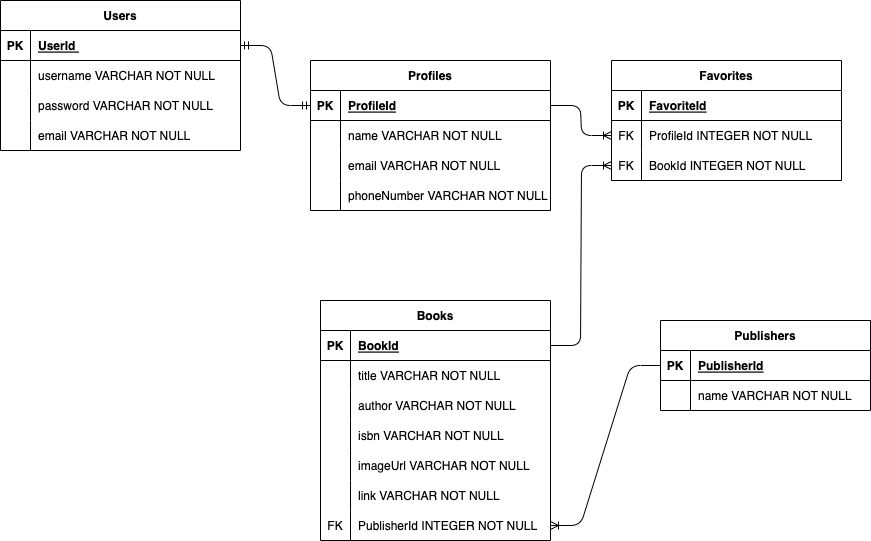
Earlier version of the draw.io export erd.drawio.png (felixleandr/pair-project-book-finder). Source tidied: cells renumbered, new cells last; positions are measured from the earlier drawing's top-left corner, leaving out a move shared by most shapes.
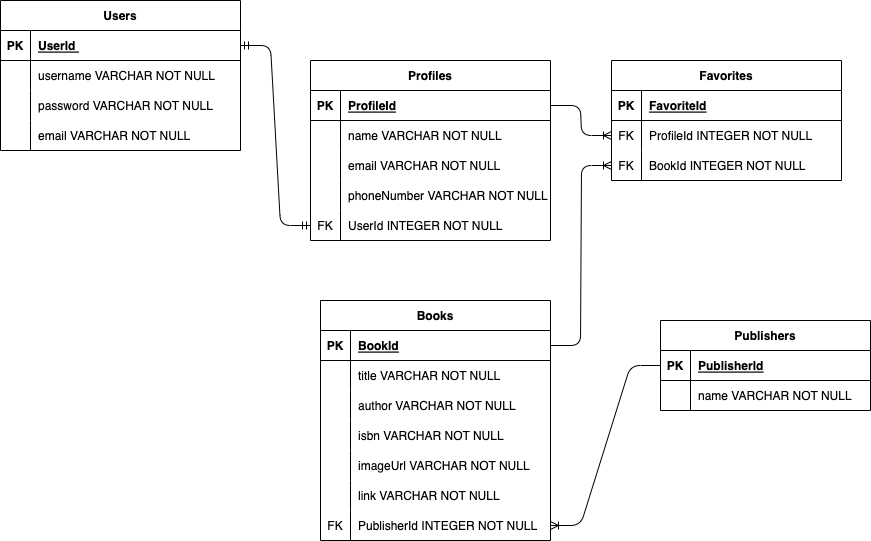
After the commit.

Diff of the diagram source:
```diff
@@ -129,7 +129,7 @@
       <mxGeometry x="30" width="180" height="30" as="geometry" />
     </mxCell>
     <mxCell id="44" value="Profiles" style="shape=table;startSize=30;rowLines=0;fontStyle=1;align=center;" parent="1" vertex="1">
-      <mxGeometry x="310" y="60" width="240" height="150" as="geometry" />
+      <mxGeometry x="310" y="60" width="240" height="180" as="geometry" />
     </mxCell>
     <mxCell id="45" style="shape=tableRow;horizontal=0;startSize=0;swimlaneHead=0;swimlaneBody=0;fillColor=none;points=[[0,0.5],[1,0.5]];portConstraint=eastwest;top=0;left=0;right=0;bottom=1;" parent="44" vertex="1">
       <mxGeometry y="30" width="240" height="30" as="geometry" />
@@ -167,10 +167,19 @@
     <mxCell id="56" value="phoneNumber VARCHAR NOT NULL" style="shape=partialRectangle;fillColor=none;top=0;left=0;bottom=0;right=0;align=left;spacingLeft=6;overflow=hidden;" parent="54" vertex="1">
       <mxGeometry x="30" width="210" height="30" as="geometry" />
     </mxCell>
+    <mxCell id="71" style="shape=tableRow;horizontal=0;startSize=0;swimlaneHead=0;swimlaneBody=0;fillColor=none;points=[[0,0.5],[1,0.5]];portConstraint=eastwest;top=0;left=0;right=0;bottom=0;" parent="44" vertex="1">
+      <mxGeometry y="150" width="240" height="30" as="geometry" />
+    </mxCell>
+    <mxCell id="72" value="FK" style="shape=partialRectangle;fillColor=none;top=0;left=0;bottom=0;right=0;overflow=hidden;" parent="71" vertex="1">
+      <mxGeometry width="30" height="30" as="geometry" />
+    </mxCell>
+    <mxCell id="73" value="UserId INTEGER NOT NULL" style="shape=partialRectangle;fillColor=none;top=0;left=0;bottom=0;right=0;align=left;spacingLeft=6;overflow=hidden;" parent="71" vertex="1">
+      <mxGeometry x="30" width="210" height="30" as="geometry" />
+    </mxCell>
     <mxCell id="57" style="edgeStyle=entityRelationEdgeStyle;fontSize=12;html=1;endArrow=ERoneToMany;exitX=0;exitY=0.5;exitDx=0;exitDy=0;entryX=1;entryY=0.5;entryDx=0;entryDy=0;" parent="1" edge="1" source="38" target="34">
       <mxGeometry relative="1" as="geometry" />
     </mxCell>
-    <mxCell id="58" style="edgeStyle=entityRelationEdgeStyle;fontSize=12;html=1;endArrow=ERmandOne;startArrow=ERmandOne;exitX=1;exitY=0.5;exitDx=0;exitDy=0;entryX=0;entryY=0.5;entryDx=0;entryDy=0;" parent="1" edge="1" source="3" target="45">
+    <mxCell id="58" style="edgeStyle=entityRelationEdgeStyle;fontSize=12;html=1;endArrow=ERmandOne;startArrow=ERmandOne;exitX=1;exitY=0.5;exitDx=0;exitDy=0;entryX=0;entryY=0.5;entryDx=0;entryDy=0;" parent="1" edge="1" source="3" target="71">
       <mxGeometry relative="1" as="geometry" />
     </mxCell>
     <mxCell id="59" value="Favorites" style="shape=table;startSize=30;rowLines=0;fontStyle=1;align=center;" parent="1" vertex="1">
```
